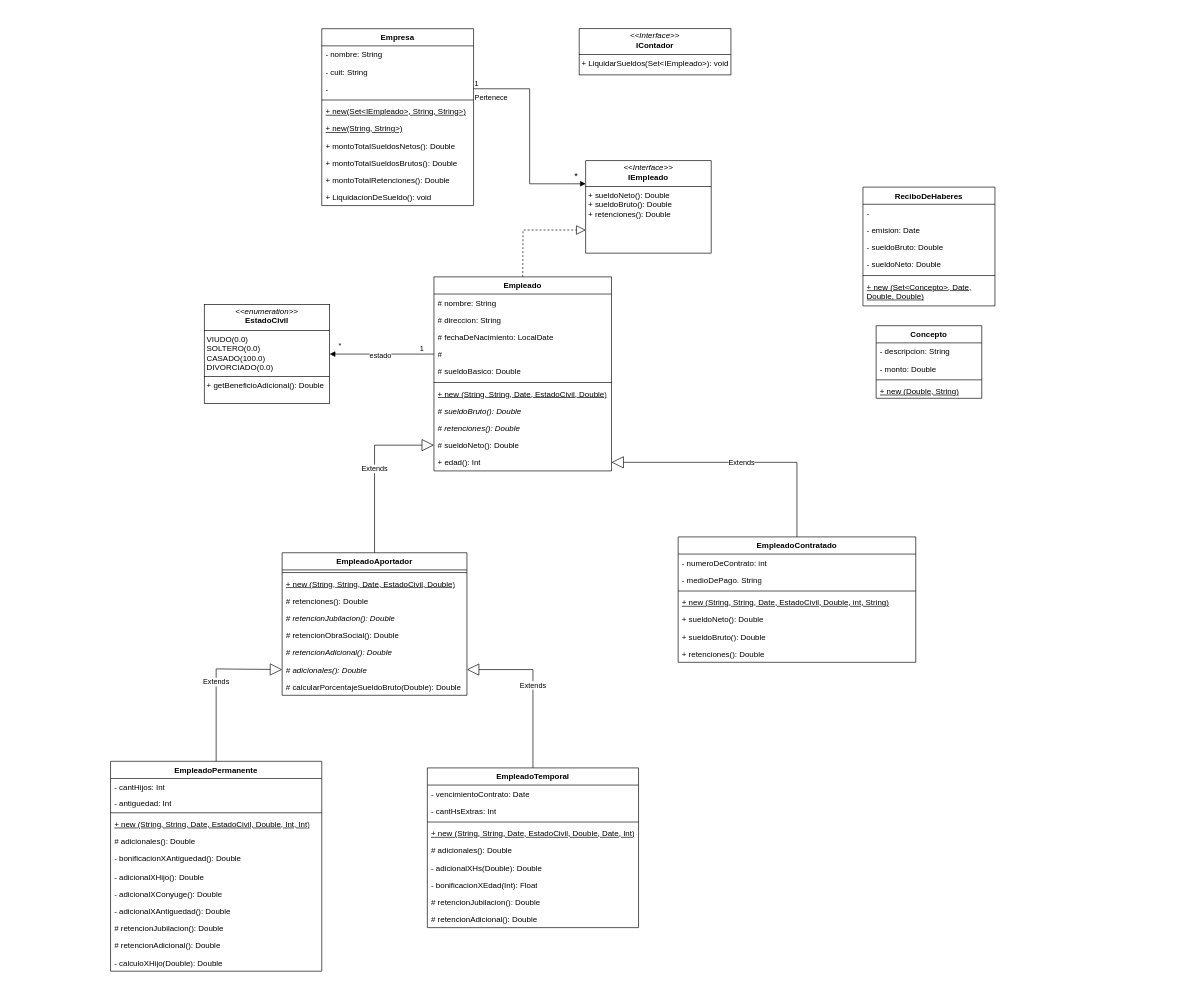
Before: TP-2/tp-02.drawio in tomasmendoza-unq/objetos2, a draw.io diagram. Source tidied: cells renumbered, new cells numbered last; positions are measured from the earlier drawing's top-left corner, leaving out a move shared by most shapes. Both pictures are drawn from the tidied source at 66%, with x=0, y=0 at pixel (11, 28).
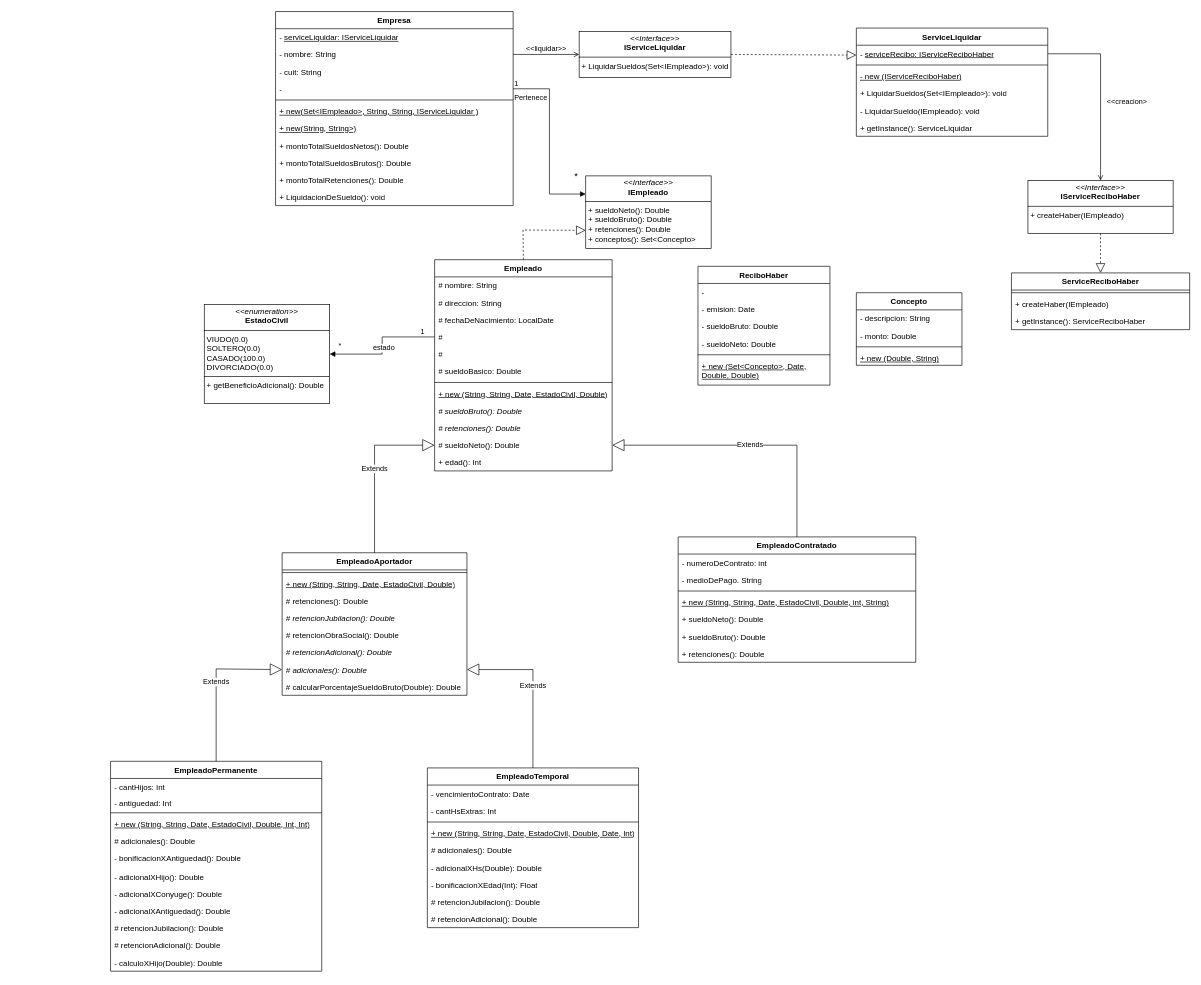
The same page after the edit.

Unchanged cells that the change refers to:
```xml
<mxCell id="66" value="EmpleadoContratado" style="swimlane;fontStyle=1;align=center;verticalAlign=top;horizontal=1;startSize=26;whiteSpace=wrap;html=1;" parent="1" vertex="1">
  <mxGeometry x="1010" y="770" width="360" height="190" as="geometry" />
</mxCell>
```

The edit, as a diff of the source:
```diff
@@
     <mxCell id="2" value="Empleado" style="swimlane;fontStyle=1;align=center;verticalAlign=top;horizontal=1;startSize=26;whiteSpace=wrap;html=1;" parent="1" vertex="1">
-      <mxGeometry x="640" y="376" width="269" height="294" as="geometry" />
+      <mxGeometry x="641" y="350" width="269" height="320" as="geometry" />
     </mxCell>
@@
+    <mxCell id="92" value="#" style="text;strokeColor=none;fillColor=none;align=left;verticalAlign=top;spacingLeft=4;spacingRight=4;overflow=hidden;whiteSpace=wrap;html=1;" parent="2" vertex="1">
+      <mxGeometry y="130" width="269" height="26" as="geometry" />
+    </mxCell>
     <mxCell id="7" value="# sueldoBasico: Double" style="text;strokeColor=none;fillColor=none;align=left;verticalAlign=top;spacingLeft=4;spacingRight=4;overflow=hidden;whiteSpace=wrap;html=1;" parent="2" vertex="1">
-      <mxGeometry y="130" width="269" height="26" as="geometry" />
+      <mxGeometry y="156" width="269" height="26" as="geometry" />
     </mxCell>
     <mxCell id="8" style="line;strokeWidth=1;fillColor=none;align=left;verticalAlign=middle;spacingTop=-1;spacingLeft=3;spacingRight=3;labelPosition=right;strokeColor=inherit;" parent="2" vertex="1">
-      <mxGeometry y="156" width="269" height="8" as="geometry" />
+      <mxGeometry y="182" width="269" height="8" as="geometry" />
     </mxCell>
     <mxCell id="9" value="&lt;u&gt;+ new (String, String, Date, EstadoCivil, Double)&lt;/u&gt;" style="text;strokeColor=none;fillColor=none;align=left;verticalAlign=top;spacingLeft=4;spacingRight=4;overflow=hidden;whiteSpace=wrap;html=1;" parent="2" vertex="1">
-      <mxGeometry y="164" width="269" height="26" as="geometry" />
+      <mxGeometry y="190" width="269" height="26" as="geometry" />
     </mxCell>
     <mxCell id="10" value="&lt;i&gt;#&amp;nbsp;sueldoBruto(): Double&lt;/i&gt;" style="text;strokeColor=none;fillColor=none;align=left;verticalAlign=top;spacingLeft=4;spacingRight=4;overflow=hidden;whiteSpace=wrap;html=1;" parent="2" vertex="1">
-      <mxGeometry y="190" width="269" height="26" as="geometry" />
+      <mxGeometry y="216" width="269" height="26" as="geometry" />
     </mxCell>
     <mxCell id="11" value="&lt;i&gt;# retenciones(): Double&lt;/i&gt;" style="text;strokeColor=none;fillColor=none;align=left;verticalAlign=top;spacingLeft=4;spacingRight=4;overflow=hidden;whiteSpace=wrap;html=1;" parent="2" vertex="1">
-      <mxGeometry y="216" width="269" height="26" as="geometry" />
+      <mxGeometry y="242" width="269" height="26" as="geometry" />
     </mxCell>
     <mxCell id="12" value="# sueldoNeto(): Double" style="text;strokeColor=none;fillColor=none;align=left;verticalAlign=top;spacingLeft=4;spacingRight=4;overflow=hidden;points=[[0,0.5],[1,0.5]];portConstraint=eastwest;whiteSpace=wrap;html=1;" parent="2" vertex="1">
-      <mxGeometry y="242" width="269" height="26" as="geometry" />
+      <mxGeometry y="268" width="269" height="26" as="geometry" />
     </mxCell>
     <mxCell id="13" value="+ edad(): Int" style="text;strokeColor=none;fillColor=none;align=left;verticalAlign=top;spacingLeft=4;spacingRight=4;overflow=hidden;points=[[0,0.5],[1,0.5]];portConstraint=eastwest;whiteSpace=wrap;html=1;" parent="2" vertex="1">
-      <mxGeometry y="268" width="269" height="26" as="geometry" />
+      <mxGeometry y="294" width="269" height="26" as="geometry" />
     </mxCell>
@@
     <mxCell id="37" value="Empresa" style="swimlane;fontStyle=1;align=center;verticalAlign=top;horizontal=1;startSize=26;whiteSpace=wrap;html=1;" parent="1" vertex="1">
-      <mxGeometry x="470" width="230" height="268" as="geometry" />
+      <mxGeometry x="400" y="-26" width="360" height="294" as="geometry" />
     </mxCell>
+    <mxCell id="93" value="- &lt;u&gt;serviceLiquidar: IServiceLiquidar&lt;/u&gt;" style="text;strokeColor=none;fillColor=none;align=left;verticalAlign=top;spacingLeft=4;spacingRight=4;overflow=hidden;whiteSpace=wrap;html=1;" parent="37" vertex="1">
+      <mxGeometry y="26" width="360" height="26" as="geometry" />
+    </mxCell>
     <mxCell id="38" value="- nombre: String" style="text;strokeColor=none;fillColor=none;align=left;verticalAlign=top;spacingLeft=4;spacingRight=4;overflow=hidden;points=[[0,0.5],[1,0.5]];portConstraint=eastwest;whiteSpace=wrap;html=1;" parent="37" vertex="1">
-      <mxGeometry y="26" width="230" height="26" as="geometry" />
+      <mxGeometry y="52" width="360" height="26" as="geometry" />
     </mxCell>
     <mxCell id="39" value="- cuit: String" style="text;strokeColor=none;fillColor=none;align=left;verticalAlign=top;spacingLeft=4;spacingRight=4;overflow=hidden;whiteSpace=wrap;html=1;" parent="37" vertex="1">
-      <mxGeometry y="52" width="230" height="26" as="geometry" />
+      <mxGeometry y="78" width="360" height="26" as="geometry" />
     </mxCell>
     <mxCell id="40" value="-" style="text;strokeColor=none;fillColor=none;align=left;verticalAlign=top;spacingLeft=4;spacingRight=4;overflow=hidden;points=[[0,0.5],[1,0.5]];portConstraint=eastwest;whiteSpace=wrap;html=1;" parent="37" vertex="1">
-      <mxGeometry y="78" width="230" height="26" as="geometry" />
+      <mxGeometry y="104" width="360" height="26" as="geometry" />
     </mxCell>
     <mxCell id="41" style="line;strokeWidth=1;fillColor=none;align=left;verticalAlign=middle;spacingTop=-1;spacingLeft=3;spacingRight=3;labelPosition=right;strokeColor=inherit;" parent="37" vertex="1">
-      <mxGeometry y="104" width="230" height="8" as="geometry" />
+      <mxGeometry y="130" width="360" height="8" as="geometry" />
     </mxCell>
-    <mxCell id="42" value="&lt;u&gt;+ new(Set&amp;lt;IEmpleado&amp;gt;, String, String&amp;gt;)&lt;/u&gt;" style="text;strokeColor=none;fillColor=none;align=left;verticalAlign=top;spacingLeft=4;spacingRight=4;overflow=hidden;whiteSpace=wrap;html=1;" parent="37" vertex="1">
-      <mxGeometry y="112" width="230" height="26" as="geometry" />
+    <mxCell id="42" value="&lt;u&gt;+ new(Set&amp;lt;IEmpleado&amp;gt;, String, String, IServiceLiquidar )&lt;/u&gt;" style="text;strokeColor=none;fillColor=none;align=left;verticalAlign=top;spacingLeft=4;spacingRight=4;overflow=hidden;whiteSpace=wrap;html=1;" parent="37" vertex="1">
+      <mxGeometry y="138" width="360" height="26" as="geometry" />
     </mxCell>
     <mxCell id="43" value="&lt;u&gt;+ new(String, String&amp;gt;)&lt;/u&gt;" style="text;strokeColor=none;fillColor=none;align=left;verticalAlign=top;spacingLeft=4;spacingRight=4;overflow=hidden;whiteSpace=wrap;html=1;" parent="37" vertex="1">
-      <mxGeometry y="138" width="230" height="26" as="geometry" />
+      <mxGeometry y="164" width="360" height="26" as="geometry" />
     </mxCell>
     <mxCell id="44" value="+ montoTotalSueldosNetos(): Double" style="text;strokeColor=none;fillColor=none;align=left;verticalAlign=top;spacingLeft=4;spacingRight=4;overflow=hidden;whiteSpace=wrap;html=1;" parent="37" vertex="1">
-      <mxGeometry y="164" width="230" height="26" as="geometry" />
+      <mxGeometry y="190" width="360" height="26" as="geometry" />
     </mxCell>
     <mxCell id="45" value="+ montoTotalSueldosBrutos(): Double" style="text;strokeColor=none;fillColor=none;align=left;verticalAlign=top;spacingLeft=4;spacingRight=4;overflow=hidden;whiteSpace=wrap;html=1;" parent="37" vertex="1">
-      <mxGeometry y="190" width="230" height="26" as="geometry" />
+      <mxGeometry y="216" width="360" height="26" as="geometry" />
     </mxCell>
     <mxCell id="46" value="+ montoTotalRetenciones(): Double" style="text;strokeColor=none;fillColor=none;align=left;verticalAlign=top;spacingLeft=4;spacingRight=4;overflow=hidden;whiteSpace=wrap;html=1;" parent="37" vertex="1">
-      <mxGeometry y="216" width="230" height="26" as="geometry" />
+      <mxGeometry y="242" width="360" height="26" as="geometry" />
     </mxCell>
     <mxCell id="47" value="+ LiquidacionDeSueldo(): void" style="text;strokeColor=none;fillColor=none;align=left;verticalAlign=top;spacingLeft=4;spacingRight=4;overflow=hidden;whiteSpace=wrap;html=1;" parent="37" vertex="1">
-      <mxGeometry y="242" width="230" height="26" as="geometry" />
+      <mxGeometry y="268" width="360" height="26" as="geometry" />
     </mxCell>
-    <mxCell id="48" value="ReciboDeHaberes" style="swimlane;fontStyle=1;align=center;verticalAlign=top;horizontal=1;startSize=26;whiteSpace=wrap;html=1;" parent="1" vertex="1">
-      <mxGeometry x="1290" y="240" width="200" height="180" as="geometry" />
+    <mxCell id="48" value="ReciboHaber" style="swimlane;fontStyle=1;align=center;verticalAlign=top;horizontal=1;startSize=26;whiteSpace=wrap;html=1;" parent="1" vertex="1">
+      <mxGeometry x="1040" y="360" width="200" height="180" as="geometry" />
     </mxCell>
@@
     <mxCell id="55" value="Concepto" style="swimlane;fontStyle=1;align=center;verticalAlign=top;horizontal=1;startSize=26;whiteSpace=wrap;html=1;" parent="1" vertex="1">
-      <mxGeometry x="1310" y="450" width="160" height="110" as="geometry" />
+      <mxGeometry x="1280" y="400" width="160" height="110" as="geometry" />
     </mxCell>
@@
-    <mxCell id="74" value="&lt;p style=&quot;margin:0px;margin-top:4px;text-align:center;&quot;&gt;&lt;i&gt;&amp;lt;&amp;lt;Interface&amp;gt;&amp;gt;&lt;/i&gt;&lt;br&gt;&lt;b&gt;IEmpleado&lt;/b&gt;&lt;/p&gt;&lt;hr size=&quot;1&quot; style=&quot;border-style:solid;&quot;&gt;&lt;p style=&quot;margin:0px;margin-left:4px;&quot;&gt;+ sueldoNeto(): Double&lt;/p&gt;&lt;p style=&quot;margin:0px;margin-left:4px;&quot;&gt;+ sueldoBruto(): Double&lt;/p&gt;&lt;p style=&quot;margin:0px;margin-left:4px;&quot;&gt;+ retenciones(): Double&lt;/p&gt;" style="verticalAlign=top;align=left;overflow=fill;html=1;whiteSpace=wrap;" parent="1" vertex="1">
-      <mxGeometry x="870" y="200" width="190" height="140" as="geometry" />
+    <mxCell id="74" value="&lt;p style=&quot;margin:0px;margin-top:4px;text-align:center;&quot;&gt;&lt;i&gt;&amp;lt;&amp;lt;Interface&amp;gt;&amp;gt;&lt;/i&gt;&lt;br&gt;&lt;b&gt;IEmpleado&lt;/b&gt;&lt;/p&gt;&lt;hr size=&quot;1&quot; style=&quot;border-style:solid;&quot;&gt;&lt;p style=&quot;margin:0px;margin-left:4px;&quot;&gt;+ sueldoNeto(): Double&lt;/p&gt;&lt;p style=&quot;margin:0px;margin-left:4px;&quot;&gt;+ sueldoBruto(): Double&lt;/p&gt;&lt;p style=&quot;margin:0px;margin-left:4px;&quot;&gt;+ retenciones(): Double&lt;/p&gt;&lt;p style=&quot;margin:0px;margin-left:4px;&quot;&gt;+ conceptos(): Set&amp;lt;Concepto&amp;gt;&lt;/p&gt;&lt;p style=&quot;margin:0px;margin-left:4px;&quot;&gt;&lt;br&gt;&lt;/p&gt;" style="verticalAlign=top;align=left;overflow=fill;html=1;whiteSpace=wrap;" parent="1" vertex="1">
+      <mxGeometry x="870" y="223" width="190" height="110" as="geometry" />
     </mxCell>
@@
-    <mxCell id="78" value="Extends" style="endArrow=block;endSize=16;endFill=0;html=1;rounded=0;exitX=0.5;exitY=0;exitDx=0;exitDy=0;entryX=1;entryY=0.5;entryDx=0;entryDy=0;" parent="1" edge="1" source="66" target="13">
+    <mxCell id="78" value="Extends" style="endArrow=block;endSize=16;endFill=0;html=1;rounded=0;exitX=0.5;exitY=0;exitDx=0;exitDy=0;entryX=1;entryY=0.5;entryDx=0;entryDy=0;" parent="1" edge="1" source="66" target="12">
       <mxGeometry relative="1" as="geometry">
         <Array as="points">
-          <mxPoint x="1190" y="657" />
+          <mxPoint x="1190" y="631" />
         </Array>
       </mxGeometry>
     </mxCell>
@@
-    <mxCell id="91" value="&lt;p style=&quot;margin:0px;margin-top:4px;text-align:center;&quot;&gt;&lt;i&gt;&amp;lt;&amp;lt;Interface&amp;gt;&amp;gt;&lt;/i&gt;&lt;br&gt;&lt;b&gt;IContador&lt;/b&gt;&lt;/p&gt;&lt;hr size=&quot;1&quot; style=&quot;border-style:solid;&quot;&gt;&lt;p style=&quot;margin:0px;margin-left:4px;&quot;&gt;+ LiquidarSueldos(Set&amp;lt;IEmpleado&amp;gt;): void&lt;/p&gt;" style="verticalAlign=top;align=left;overflow=fill;html=1;whiteSpace=wrap;" parent="1" vertex="1">
-      <mxGeometry x="860" width="230" height="70" as="geometry" />
+    <mxCell id="91" value="&lt;p style=&quot;margin:0px;margin-top:4px;text-align:center;&quot;&gt;&lt;i&gt;&amp;lt;&amp;lt;Interface&amp;gt;&amp;gt;&lt;/i&gt;&lt;br&gt;&lt;b&gt;IServiceLiquidar&lt;/b&gt;&lt;/p&gt;&lt;hr size=&quot;1&quot; style=&quot;border-style:solid;&quot;&gt;&lt;p style=&quot;margin:0px;margin-left:4px;&quot;&gt;+ LiquidarSueldos(Set&amp;lt;IEmpleado&amp;gt;): void&lt;/p&gt;" style="verticalAlign=top;align=left;overflow=fill;html=1;whiteSpace=wrap;" parent="1" vertex="1">
+      <mxGeometry x="860" y="4" width="230" height="70" as="geometry" />
     </mxCell>
+    <mxCell id="94" value="&amp;lt;&amp;lt;liquidar&amp;gt;&amp;gt;" style="html=1;verticalAlign=bottom;labelBackgroundColor=none;endArrow=open;endFill=0;rounded=0;exitX=1;exitY=0.5;exitDx=0;exitDy=0;entryX=0;entryY=0.5;entryDx=0;entryDy=0;" parent="1" edge="1" source="38" target="91">
+      <mxGeometry relative="1" as="geometry" />
+    </mxCell>
+    <mxCell id="95" value="ServiceLiquidar" style="swimlane;fontStyle=1;align=center;verticalAlign=top;horizontal=1;startSize=26;whiteSpace=wrap;html=1;" parent="1" vertex="1">
+      <mxGeometry x="1280" y="-1" width="290" height="164" as="geometry" />
+    </mxCell>
+    <mxCell id="96" value="- &lt;u&gt;serviceRecibo: IServiceReciboHaber&lt;/u&gt;" style="text;strokeColor=none;fillColor=none;align=left;verticalAlign=top;spacingLeft=4;spacingRight=4;overflow=hidden;points=[[0,0.5],[1,0.5]];portConstraint=eastwest;whiteSpace=wrap;html=1;" parent="95" vertex="1">
+      <mxGeometry y="26" width="290" height="26" as="geometry" />
+    </mxCell>
+    <mxCell id="97" style="line;strokeWidth=1;fillColor=none;align=left;verticalAlign=middle;spacingTop=-1;spacingLeft=3;spacingRight=3;labelPosition=right;strokeColor=inherit;" parent="95" vertex="1">
+      <mxGeometry y="52" width="290" height="8" as="geometry" />
+    </mxCell>
+    <mxCell id="98" value="&lt;u&gt;- new (IServiceReciboHaber)&lt;/u&gt;" style="text;strokeColor=none;fillColor=none;align=left;verticalAlign=top;spacingLeft=4;spacingRight=4;overflow=hidden;whiteSpace=wrap;html=1;" parent="95" vertex="1">
+      <mxGeometry y="60" width="290" height="26" as="geometry" />
+    </mxCell>
+    <mxCell id="99" value="+ LiquidarSueldos(Set&amp;lt;IEmpleado&amp;gt;): void" style="text;strokeColor=none;fillColor=none;align=left;verticalAlign=top;spacingLeft=4;spacingRight=4;overflow=hidden;whiteSpace=wrap;html=1;" parent="95" vertex="1">
+      <mxGeometry y="86" width="290" height="26" as="geometry" />
+    </mxCell>
+    <mxCell id="100" value="- LiquidarSueldo(IEmpleado): void" style="text;strokeColor=none;fillColor=none;align=left;verticalAlign=top;spacingLeft=4;spacingRight=4;overflow=hidden;whiteSpace=wrap;html=1;" parent="95" vertex="1">
+      <mxGeometry y="112" width="290" height="26" as="geometry" />
+    </mxCell>
+    <mxCell id="101" value="+ getInstance(): ServiceLiquidar" style="text;strokeColor=none;fillColor=none;align=left;verticalAlign=top;spacingLeft=4;spacingRight=4;overflow=hidden;whiteSpace=wrap;html=1;" parent="95" vertex="1">
+      <mxGeometry y="138" width="290" height="26" as="geometry" />
+    </mxCell>
+    <mxCell id="102" style="endArrow=block;dashed=1;endFill=0;endSize=12;html=1;rounded=0;exitX=1;exitY=0.5;exitDx=0;exitDy=0;entryX=0;entryY=0.25;entryDx=0;entryDy=0;" parent="1" edge="1" source="91" target="95">
+      <mxGeometry relative="1" as="geometry" />
+    </mxCell>
+    <mxCell id="103" value="&lt;p style=&quot;margin:0px;margin-top:4px;text-align:center;&quot;&gt;&lt;i&gt;&amp;lt;&amp;lt;Interface&amp;gt;&amp;gt;&lt;/i&gt;&lt;br&gt;&lt;b&gt;IServiceReciboHaber&lt;/b&gt;&lt;/p&gt;&lt;hr size=&quot;1&quot; style=&quot;border-style:solid;&quot;&gt;&lt;p style=&quot;margin:0px;margin-left:4px;&quot;&gt;+ createHaber(IEmpleado)&lt;/p&gt;" style="verticalAlign=top;align=left;overflow=fill;html=1;whiteSpace=wrap;" parent="1" vertex="1">
+      <mxGeometry x="1540" y="230" width="220" height="80" as="geometry" />
+    </mxCell>
+    <mxCell id="104" value="&amp;lt;&amp;lt;creacion&amp;gt;" style="html=1;verticalAlign=bottom;labelBackgroundColor=none;endArrow=open;endFill=0;rounded=0;entryX=0.5;entryY=0;entryDx=0;entryDy=0;exitX=1;exitY=0.5;exitDx=0;exitDy=0;" parent="1" edge="1" source="96" target="103">
+      <mxGeometry x="0.19" y="40" relative="1" as="geometry">
+        <Array as="points">
+          <mxPoint x="1650" y="38" />
+        </Array>
+      </mxGeometry>
+    </mxCell>
+    <mxCell id="105" style="endArrow=block;dashed=1;endFill=0;endSize=12;html=1;rounded=0;exitX=0.5;exitY=1;exitDx=0;exitDy=0;entryX=0.5;entryY=0;entryDx=0;entryDy=0;" parent="1" edge="1" source="103" target="106">
+      <mxGeometry relative="1" as="geometry" />
+    </mxCell>
+    <mxCell id="106" value="ServiceReciboHaber" style="swimlane;fontStyle=1;align=center;verticalAlign=top;horizontal=1;startSize=26;whiteSpace=wrap;html=1;" parent="1" vertex="1">
+      <mxGeometry x="1515" y="370" width="270" height="86" as="geometry" />
+    </mxCell>
+    <mxCell id="107" style="line;strokeWidth=1;fillColor=none;align=left;verticalAlign=middle;spacingTop=-1;spacingLeft=3;spacingRight=3;labelPosition=right;strokeColor=inherit;" parent="106" vertex="1">
+      <mxGeometry y="26" width="270" height="8" as="geometry" />
+    </mxCell>
+    <mxCell id="108" value="+ createHaber(IEmpleado)" style="text;strokeColor=none;fillColor=none;align=left;verticalAlign=top;spacingLeft=4;spacingRight=4;overflow=hidden;whiteSpace=wrap;html=1;" parent="106" vertex="1">
+      <mxGeometry y="34" width="270" height="26" as="geometry" />
+    </mxCell>
+    <mxCell id="109" value="+ getInstance(): ServiceReciboHaber" style="text;strokeColor=none;fillColor=none;align=left;verticalAlign=top;spacingLeft=4;spacingRight=4;overflow=hidden;whiteSpace=wrap;html=1;" parent="106" vertex="1">
+      <mxGeometry y="60" width="270" height="26" as="geometry" />
+    </mxCell>
```
